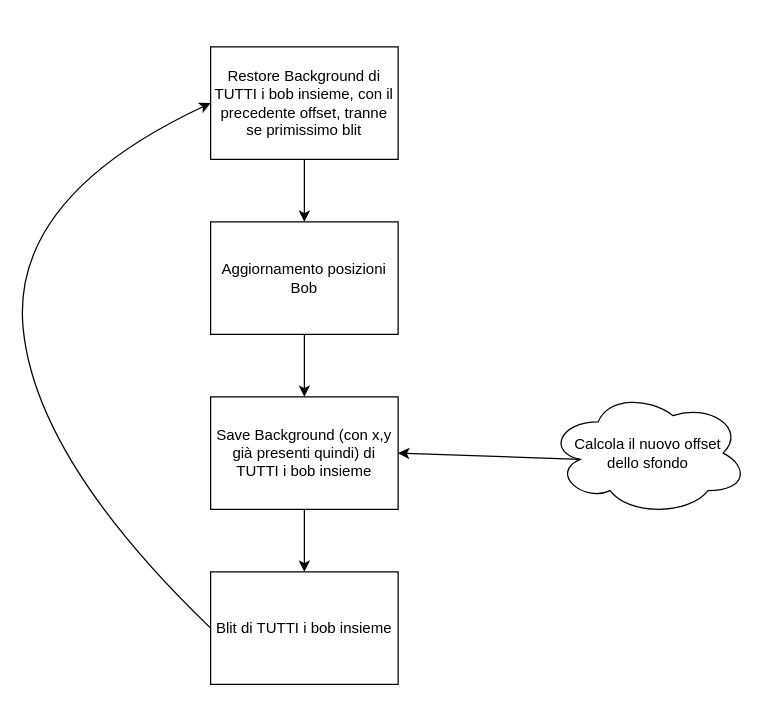
This is docs/BobMachinery.drawio from coppersoft/planar, a draw.io file, before an edit. Source tidied: cells renumbered, new cells numbered last; positions are measured from the earlier drawing's top-left corner, leaving out a move shared by most shapes. Both pictures are drawn from the tidied source at 125%, with x=0, y=0 at pixel (10, 46).
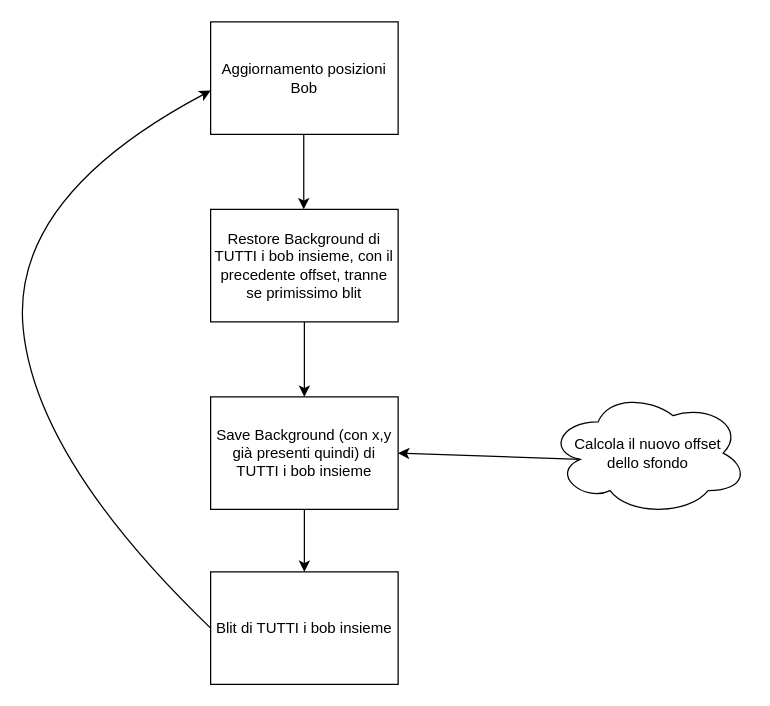
The same page after the edit.

Commit message:
Aggiornamento diagramma flusso bob

Diff of the diagram source:
```diff
@@
 <mxGraphModel>
   <root>
     <mxCell id="0" />
     <mxCell id="1" parent="0" />
-    <mxCell id="2" value="Restore Background di TUTTI i bob insieme, con il precedente offset, tranne se primissimo blit" style="rounded=0;whiteSpace=wrap;html=1;" parent="1" vertex="1">
-      <mxGeometry x="160" width="150" height="90" as="geometry" />
-    </mxCell>
-    <mxCell id="3" style="edgeStyle=orthogonalEdgeStyle;rounded=0;jettySize=auto;html=1;exitX=0.5;exitY=1;exitDx=0;exitDy=0;" parent="1" edge="1" source="9" target="4">
+    <mxCell id="3" style="edgeStyle=orthogonalEdgeStyle;rounded=0;jettySize=auto;html=1;exitX=0.5;exitY=1;exitDx=0;exitDy=0;" parent="1" edge="1" source="2" target="4">
       <mxGeometry relative="1" as="geometry" />
     </mxCell>
     <mxCell id="4" value="Save Background (con x,y già presenti quindi) di TUTTI i bob insieme" style="rounded=0;whiteSpace=wrap;html=1;" parent="1" vertex="1">
       <mxGeometry x="160" y="280" width="150" height="90" as="geometry" />
     </mxCell>
     <mxCell id="5" value="Blit di TUTTI i bob insieme" style="rounded=0;whiteSpace=wrap;html=1;" parent="1" vertex="1">
       <mxGeometry x="160" y="420" width="150" height="90" as="geometry" />
     </mxCell>
-    <mxCell id="6" style="endArrow=classic;html=1;exitX=0.5;exitY=1;exitDx=0;exitDy=0;entryX=0.5;entryY=0;entryDx=0;entryDy=0;" parent="1" edge="1" source="2" target="9">
-      <mxGeometry relative="1" as="geometry" />
+    <mxCell id="6" style="endArrow=classic;html=1;exitX=0.5;exitY=1;exitDx=0;exitDy=0;entryX=0.5;entryY=0;entryDx=0;entryDy=0;" parent="1" edge="1">
+      <mxGeometry relative="1" as="geometry">
+        <mxPoint x="234.5" y="70" as="sourcePoint" />
+        <mxPoint x="234.5" y="130" as="targetPoint" />
+      </mxGeometry>
     </mxCell>
     <mxCell id="7" style="endArrow=classic;html=1;exitX=0.5;exitY=1;exitDx=0;exitDy=0;entryX=0.5;entryY=0;entryDx=0;entryDy=0;" parent="1" edge="1" source="4" target="5">
       <mxGeometry relative="1" as="geometry" />
     </mxCell>
-    <mxCell id="8" style="curved=1;endArrow=classic;html=1;exitX=0;exitY=0.5;exitDx=0;exitDy=0;entryX=0;entryY=0.5;entryDx=0;entryDy=0;" parent="1" edge="1" source="5" target="2">
+    <mxCell id="8" style="curved=1;endArrow=classic;html=1;exitX=0;exitY=0.5;exitDx=0;exitDy=0;entryX=0;entryY=0.5;entryDx=0;entryDy=0;" parent="1" edge="1" source="5">
       <mxGeometry relative="1" as="geometry">
+        <mxPoint x="160" y="35" as="targetPoint" />
         <Array as="points">
           <mxPoint x="20" y="330" />
           <mxPoint y="120" />
         </Array>
       </mxGeometry>
     </mxCell>
-    <mxCell id="9" value="Aggiornamento posizioni Bob" style="rounded=0;whiteSpace=wrap;html=1;" parent="1" vertex="1">
-      <mxGeometry x="160" y="140" width="150" height="90" as="geometry" />
-    </mxCell>
     <mxCell id="10" value="Calcola il nuovo offset&lt;br&gt;dello sfondo" style="ellipse;shape=cloud;whiteSpace=wrap;html=1;" parent="1" vertex="1">
       <mxGeometry x="430" y="275" width="160" height="100" as="geometry" />
     </mxCell>
     <mxCell id="11" style="endArrow=classic;html=1;exitX=0.16;exitY=0.55;exitDx=0;exitDy=0;exitPerimeter=0;entryX=1;entryY=0.5;entryDx=0;entryDy=0;" parent="1" edge="1" source="10" target="4">
       <mxGeometry relative="1" as="geometry" />
     </mxCell>
+    <mxCell id="9" value="Aggiornamento posizioni Bob" style="rounded=0;whiteSpace=wrap;html=1;" parent="1" vertex="1">
+      <mxGeometry x="160" y="-20" width="150" height="90" as="geometry" />
+    </mxCell>
+    <mxCell id="2" value="Restore Background di TUTTI i bob insieme, con il precedente offset, tranne se primissimo blit" style="rounded=0;whiteSpace=wrap;html=1;" parent="1" vertex="1">
+      <mxGeometry x="160" y="130" width="150" height="90" as="geometry" />
+    </mxCell>
   </root>
 </mxGraphModel>
```
